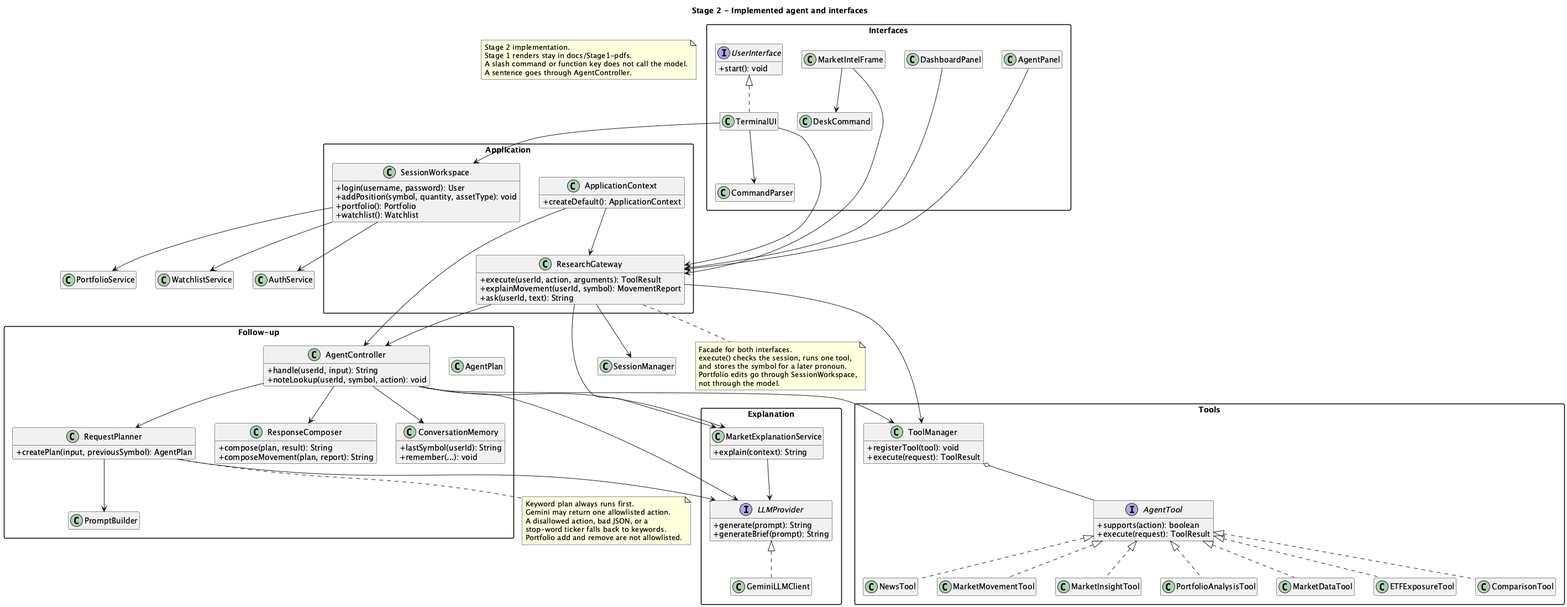
xAssasinSoulx/market-intelligence-agent keeps this PlantUML diagram as docs/uml/rendered/class-diagram-agent.png. Above is the earlier version. The source it was exported from:
```plantuml
@startuml
title Stage 2 - Implemented agent and interfaces

skinparam classAttributeIconSize 0
skinparam packageStyle rectangle
hide empty members

note as Scope
  Stage 2 implementation.
  Stage 1 renders stay in docs/Stage1-pdfs.
  A slash command or function key does not call the model.
  A sentence goes through AgentController.
end note

package "Interfaces" {
    interface UserInterface {
        + start(): void
    }
    class TerminalUI
    class MarketIntelFrame
    class DeskCommand
    class CommandParser
    class DashboardPanel
    class AgentPanel
}

package "Application" {
    class ApplicationContext {
        + createDefault(): ApplicationContext
    }
    class ResearchGateway {
        + execute(userId, action, arguments): ToolResult
        + explainMovement(userId, symbol): MovementReport
        + ask(userId, text): String
    }
    class SessionWorkspace {
        + login(username, password): User
        + addPosition(symbol, quantity, assetType): void
        + portfolio(): Portfolio
        + watchlist(): Watchlist
    }
}

package "Follow-up" {
    class AgentController {
        + handle(userId, input): String
        + noteLookup(userId, symbol, action): void
    }
    class RequestPlanner {
        + createPlan(input, previousSymbol): AgentPlan
    }
    class PromptBuilder
    class ResponseComposer {
        + compose(plan, result): String
        + composeMovement(plan, report): String
    }
    class AgentPlan
    class ConversationMemory {
        + lastSymbol(userId): String
        + remember(...): void
    }
}

package "Tools" {
    interface AgentTool {
        + supports(action): boolean
        + execute(request): ToolResult
    }
    class ToolManager {
        + registerTool(tool): void
        + execute(request): ToolResult
    }
    class MarketDataTool
    class ETFExposureTool
    class ComparisonTool
    class NewsTool
    class MarketMovementTool
    class MarketInsightTool
    class PortfolioAnalysisTool
}

package "Explanation" {
    class MarketExplanationService {
        + explain(context): String
    }
    interface LLMProvider {
        + generate(prompt): String
        + generateBrief(prompt): String
    }
    class GeminiLLMClient
}

UserInterface <|.. TerminalUI
MarketIntelFrame --> ResearchGateway
MarketIntelFrame --> DeskCommand
TerminalUI --> CommandParser
TerminalUI --> ResearchGateway
TerminalUI --> SessionWorkspace
DashboardPanel --> ResearchGateway
AgentPanel --> ResearchGateway

ApplicationContext --> ResearchGateway
ApplicationContext --> AgentController
ResearchGateway --> ToolManager
ResearchGateway --> AgentController
ResearchGateway --> MarketExplanationService
ResearchGateway --> SessionManager

AgentController --> RequestPlanner
AgentController --> ToolManager
AgentController --> ResponseComposer
AgentController --> ConversationMemory
AgentController --> MarketExplanationService
AgentController --> LLMProvider
RequestPlanner --> LLMProvider
RequestPlanner --> PromptBuilder
MarketExplanationService --> LLMProvider
LLMProvider <|.. GeminiLLMClient

ToolManager o-- AgentTool
AgentTool <|.. MarketDataTool
AgentTool <|.. ETFExposureTool
AgentTool <|.. ComparisonTool
AgentTool <|.. NewsTool
AgentTool <|.. MarketMovementTool
AgentTool <|.. MarketInsightTool
AgentTool <|.. PortfolioAnalysisTool

SessionWorkspace --> AuthService
SessionWorkspace --> PortfolioService
SessionWorkspace --> WatchlistService

note bottom of RequestPlanner
  Keyword plan always runs first.
  Gemini may return one allowlisted action.
  A disallowed action, bad JSON, or a
  stop-word ticker falls back to keywords.
  Portfolio add and remove are not allowlisted.
end note

note bottom of ResearchGateway
  Facade for both interfaces.
  execute() checks the session, runs one tool,
  and stores the symbol for a later pronoun.
  Portfolio edits go through SessionWorkspace,
  not through the model.
end note

@enduml
```
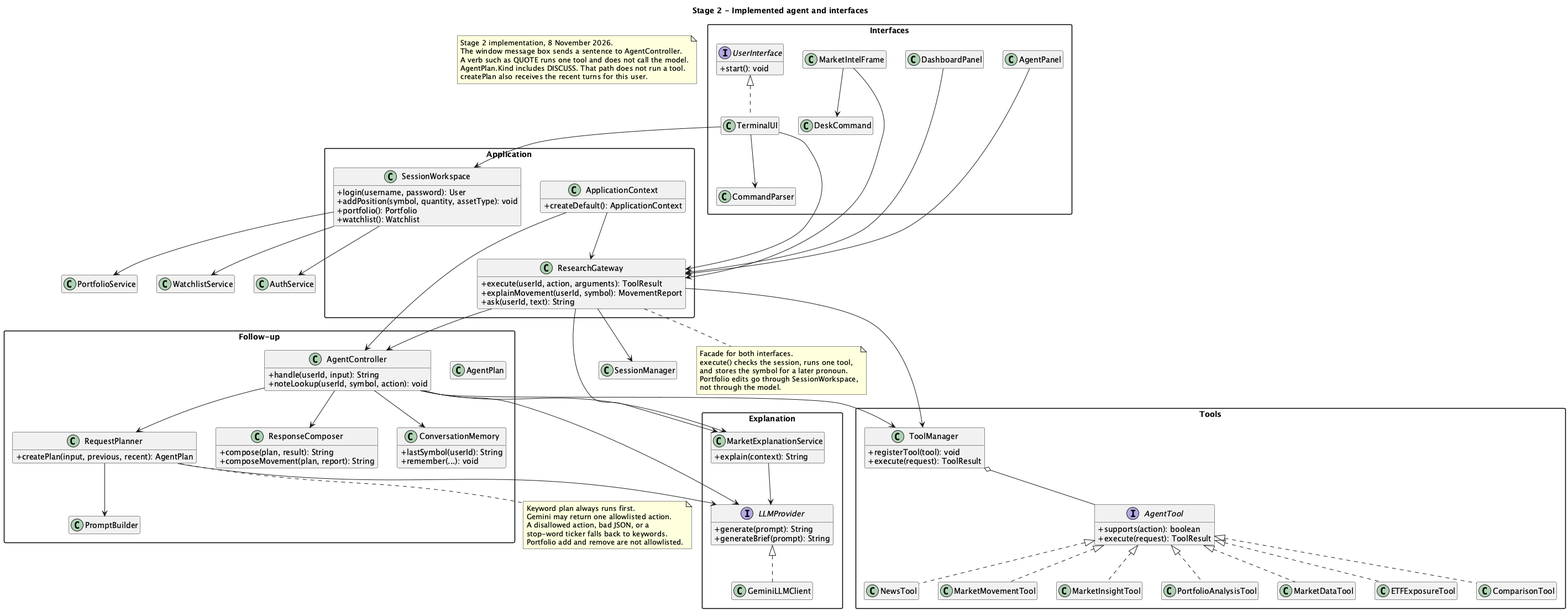
After the commit.

Commit message:
docs: update the Stage 2 diagrams, report, and demonstration clips

What changed in the source:
```diff
@@ -6,10 +6,11 @@
 hide empty members
 
 note as Scope
-  Stage 2 implementation.
-  Stage 1 renders stay in docs/Stage1-pdfs.
-  A slash command or function key does not call the model.
-  A sentence goes through AgentController.
+  Stage 2 implementation, 8 November 2026.
+  The window message box sends a sentence to AgentController.
+  A verb such as QUOTE runs one tool and does not call the model.
+  AgentPlan.Kind includes DISCUSS. That path does not run a tool.
+  createPlan also receives the recent turns for this user.
 end note
 
 package "Interfaces" {
@@ -47,7 +48,7 @@
         + noteLookup(userId, symbol, action): void
     }
     class RequestPlanner {
-        + createPlan(input, previousSymbol): AgentPlan
+        + createPlan(input, previous, recent): AgentPlan
     }
     class PromptBuilder
     class ResponseComposer {
```
